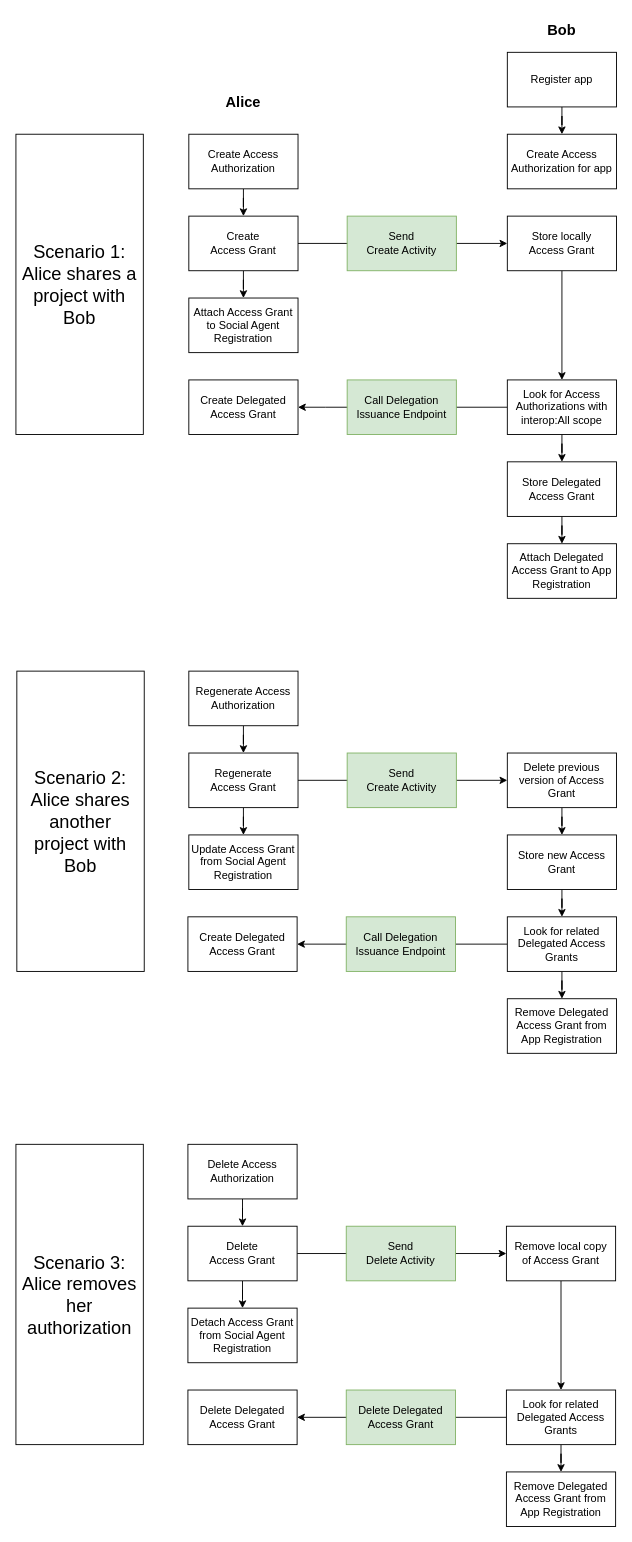
activitypods/user-flows keeps this draw.io diagram as Diagramme sans nom.drawio. Above is the earlier version. Source tidied: cells renumbered, new cells numbered last; positions are measured from the earlier drawing's top-left corner, leaving out a move shared by most shapes. Both pictures are drawn from the tidied source at 91%, with x=0, y=0 at pixel (15, 15).
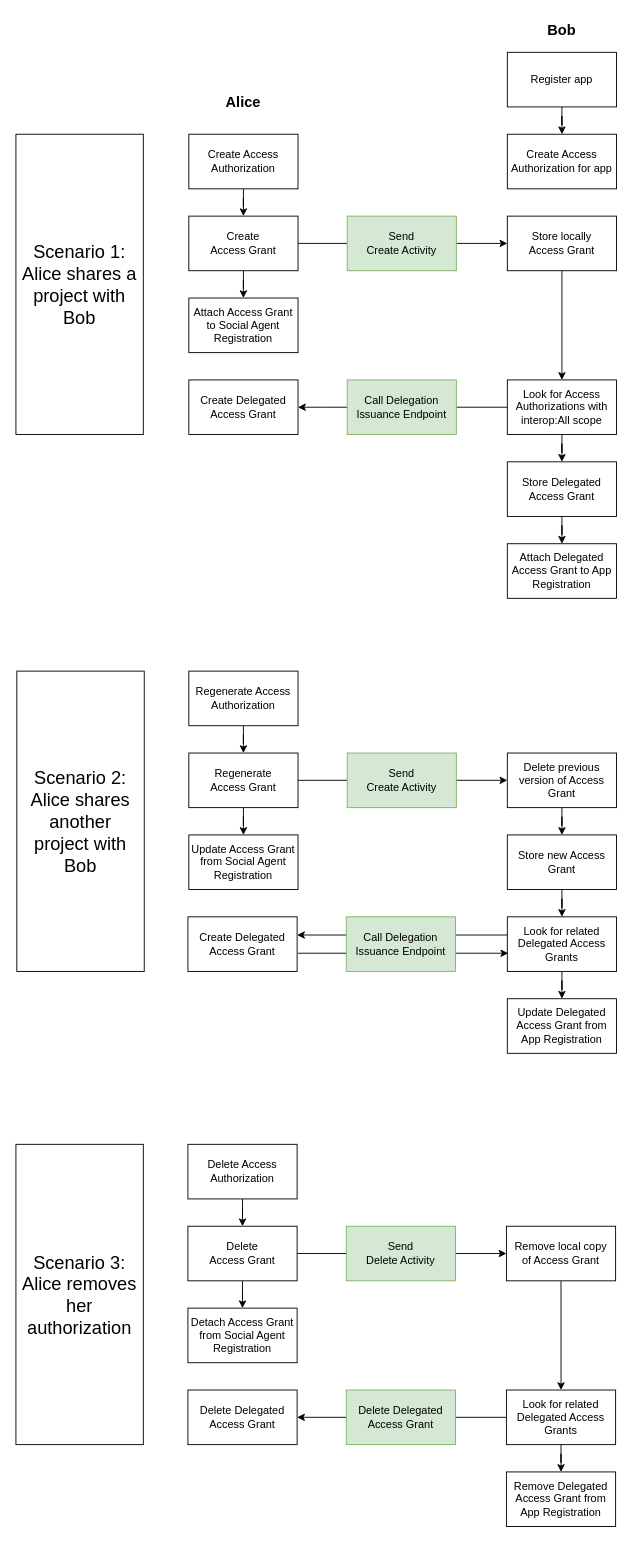
The same page after the edit.

The change refers to these unchanged cells:
```xml
<mxCell id="51" value="Look for related Delegated Access Grants" style="rounded=0;whiteSpace=wrap;html=1;" parent="1" vertex="1">
  <mxGeometry x="540" y="990" width="120" height="60" as="geometry" />
</mxCell>
<mxCell id="58" value="Create Delegated Access Grant" style="rounded=0;whiteSpace=wrap;html=1;" parent="1" vertex="1">
  <mxGeometry x="189" y="990" width="120" height="60" as="geometry" />
</mxCell>
```

What changed in the source:
```diff
@@
-    <mxCell id="50" style="edgeStyle=orthogonalEdgeStyle;rounded=0;jettySize=auto;html=1;" parent="1" edge="1" source="51" target="58">
-      <mxGeometry relative="1" as="geometry" />
+    <mxCell id="50" style="edgeStyle=orthogonalEdgeStyle;rounded=0;orthogonalLoop=1;jettySize=auto;html=1;" parent="1" edge="1">
+      <mxGeometry relative="1" as="geometry">
+        <mxPoint x="540" y="1010" as="sourcePoint" />
+        <mxPoint x="309" y="1010" as="targetPoint" />
+      </mxGeometry>
     </mxCell>
@@
-    <mxCell id="54" value="Remove Delegated Access Grant from App Registration" style="rounded=0;whiteSpace=wrap;html=1;" parent="1" vertex="1">
+    <mxCell id="54" value="Update Delegated Access Grant from App Registration" style="rounded=0;whiteSpace=wrap;html=1;" parent="1" vertex="1">
       <mxGeometry x="540" y="1080" width="120" height="60" as="geometry" />
     </mxCell>
@@
+    <mxCell id="59" style="edgeStyle=orthogonalEdgeStyle;rounded=0;orthogonalLoop=1;jettySize=auto;html=1;" parent="1" edge="1">
+      <mxGeometry relative="1" as="geometry">
+        <mxPoint x="310" y="1030" as="sourcePoint" />
+        <mxPoint x="541" y="1030" as="targetPoint" />
+      </mxGeometry>
+    </mxCell>
```
